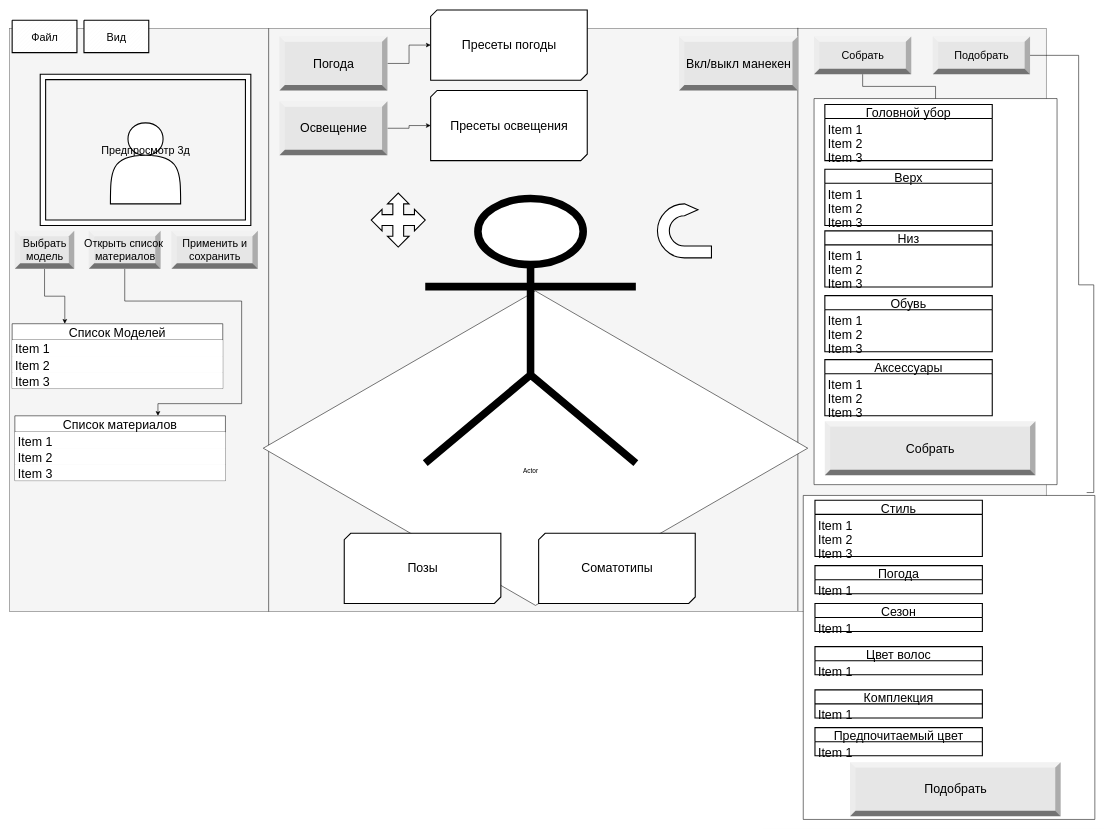
The draw.io diagram Docs/Вьюшка.drawio in TimmyChannel/Your-Own-Stylits, before the edit. Source tidied: cells renumbered, new cells numbered last; positions are measured from the earlier drawing's top-left corner, leaving out a move shared by most shapes. Both pictures are drawn from the tidied source at 54%, with x=0, y=0 at pixel (9, 10).
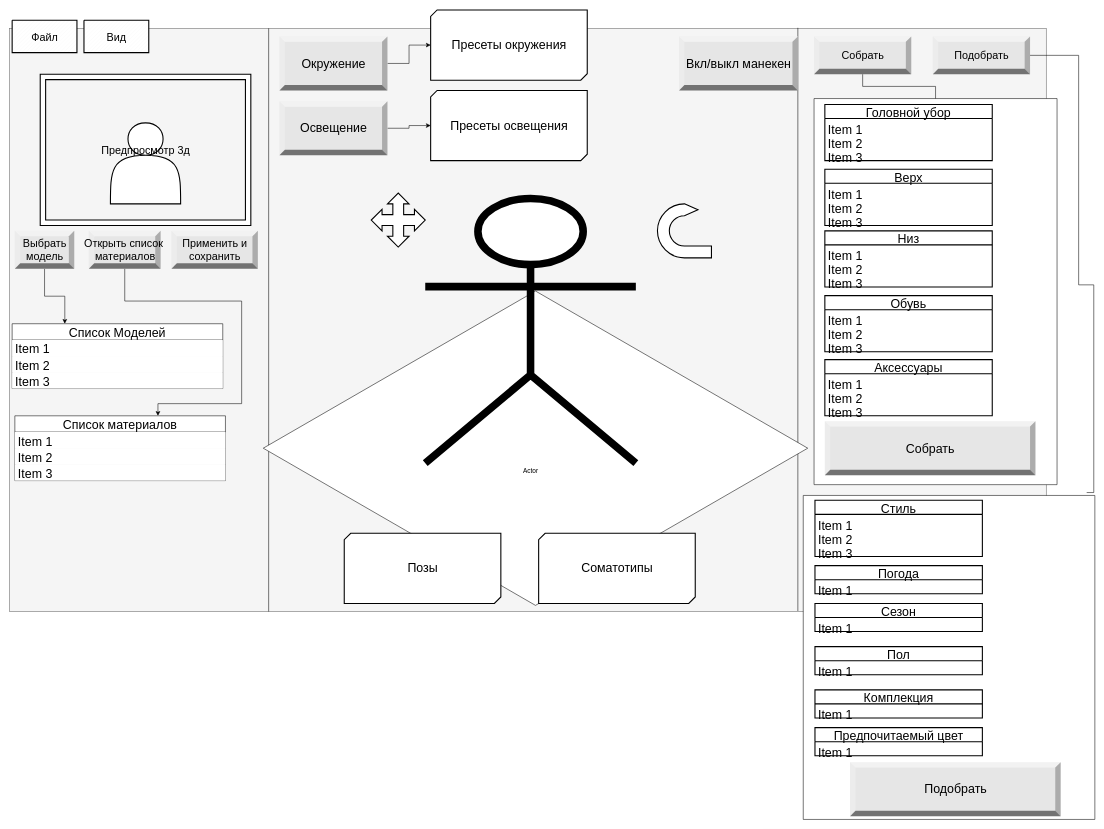
After the change.

The edit, as a diff of the source:
```diff
@@
-    <mxCell id="10" value="Погода" style="labelPosition=center;verticalLabelPosition=middle;align=center;html=1;shape=mxgraph.basic.shaded_button;dx=10;fillColor=#E6E6E6;strokeColor=none;rounded=0;fontSize=23;" parent="1" vertex="1">
+    <mxCell id="10" value="Окружение" style="labelPosition=center;verticalLabelPosition=middle;align=center;html=1;shape=mxgraph.basic.shaded_button;dx=10;fillColor=#E6E6E6;strokeColor=none;rounded=0;fontSize=23;" parent="1" vertex="1">
       <mxGeometry x="500" y="49" width="200" height="100" as="geometry" />
     </mxCell>
@@
-    <mxCell id="60" value="Цвет волос" style="swimlane;fontStyle=0;horizontal=1;startSize=26;fillColor=none;rounded=0;fontSize=23;strokeWidth=2;" parent="1" vertex="1">
+    <mxCell id="60" value="Пол" style="swimlane;fontStyle=0;horizontal=1;startSize=26;fillColor=none;rounded=0;fontSize=23;strokeWidth=2;" parent="1" vertex="1">
       <mxGeometry x="1491.7" y="1179" width="310" height="52" as="geometry" />
     </mxCell>
@@
-    <mxCell id="77" value="Пресеты погоды" style="verticalLabelPosition=middle;verticalAlign=middle;html=1;shape=mxgraph.basic.diag_snip_rect;dx=6;rounded=0;fontSize=23;strokeWidth=2;labelPosition=center;align=center;" parent="1" vertex="1">
+    <mxCell id="77" value="Пресеты окружения" style="verticalLabelPosition=middle;verticalAlign=middle;html=1;shape=mxgraph.basic.diag_snip_rect;dx=6;rounded=0;fontSize=23;strokeWidth=2;labelPosition=center;align=center;" parent="1" vertex="1">
       <mxGeometry x="780" width="290" height="130" as="geometry" />
     </mxCell>
```
